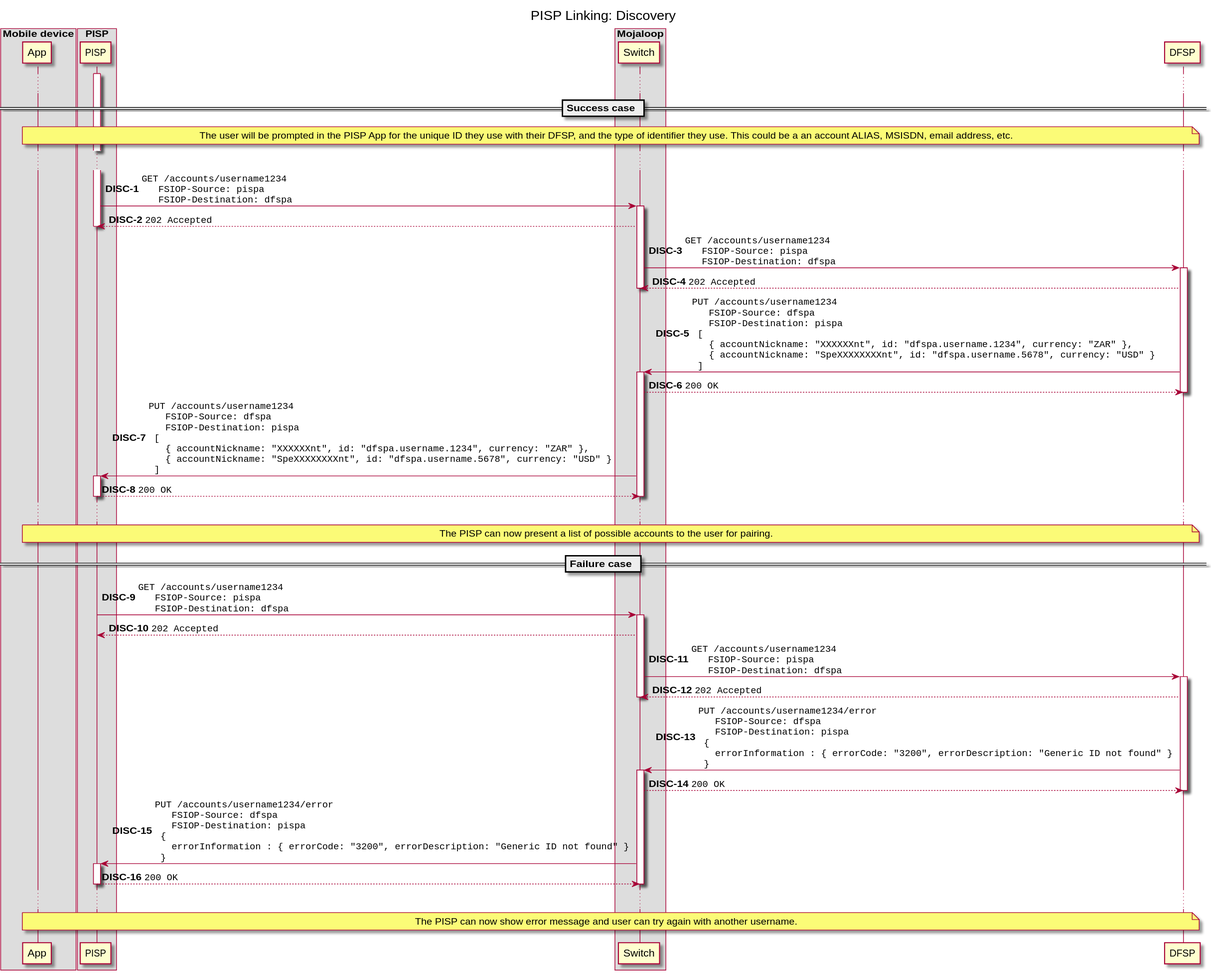
Earlier version of the PlantUML export docs/out/linking/1-discovery.svg (mojaloop/pisp-project). Its source is kept beside it as docs/linking/1-discovery.puml.
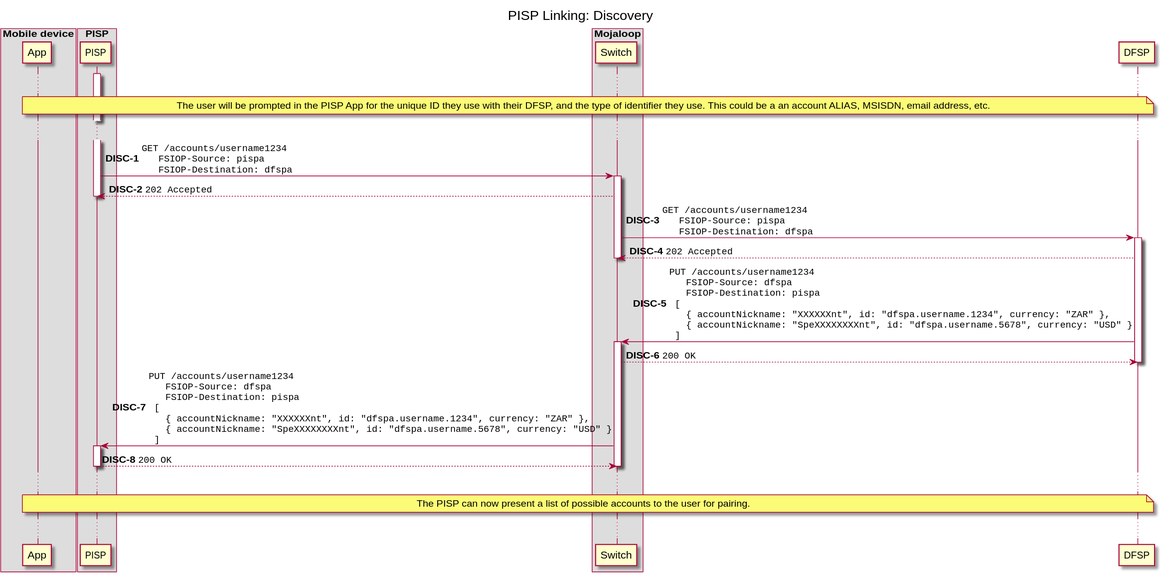
The same diagram one commit later.

What changed in the source:
```diff
@@ -20,8 +20,6 @@
 activate PISP
 
 ...
-
-== Success case ==
 
 note over App, DFSP
   The user will be prompted in the PISP App for the unique ID they use with their DFSP, and the type of identifier they use. This could be a an account ALIAS, MSISDN, email address, etc.
@@ -68,44 +66,6 @@
   The PISP can now present a list of possible accounts to the user for pairing.
 end note
 
-
-== Failure case ==
-
-PISP -> Switch ++: ""GET /accounts/username1234""\n\
-  ""  FSIOP-Source: pispa""\n\
-  ""  FSIOP-Destination: dfspa""
-Switch --> PISP: ""202 Accepted""
-deactivate PISP
-
-Switch -> DFSP ++: ""GET /accounts/username1234""\n\
-  ""  FSIOP-Source: pispa""\n\
-  ""  FSIOP-Destination: dfspa""
-DFSP --> Switch: ""202 Accepted""
-deactivate Switch
-
-DFSP -> Switch ++: ""PUT /accounts/username1234/error""\n\
-  ""  FSIOP-Source: dfspa""\n\
-  ""  FSIOP-Destination: pispa""\n\
-  ""{""\n\
-  ""  errorInformation : { errorCode: "3200", errorDescription: "Generic ID not found" } ""\n\
-  ""}""
-Switch --> DFSP: ""200 OK""
-deactivate DFSP
-
-Switch -> PISP ++: ""PUT /accounts/username1234/error""\n\
-  ""  FSIOP-Source: dfspa""\n\
-  ""  FSIOP-Destination: pispa""\n\
-  ""{""\n\
-  ""  errorInformation : { errorCode: "3200", errorDescription: "Generic ID not found" } ""\n\
-  ""}""
-PISP --> Switch: ""200 OK""
-deactivate Switch
-deactivate PISP
-
 ...
 
-note over App, DFSP
-  The PISP can now show error message and user can try again with another username.
-end note
-
 @enduml
```
